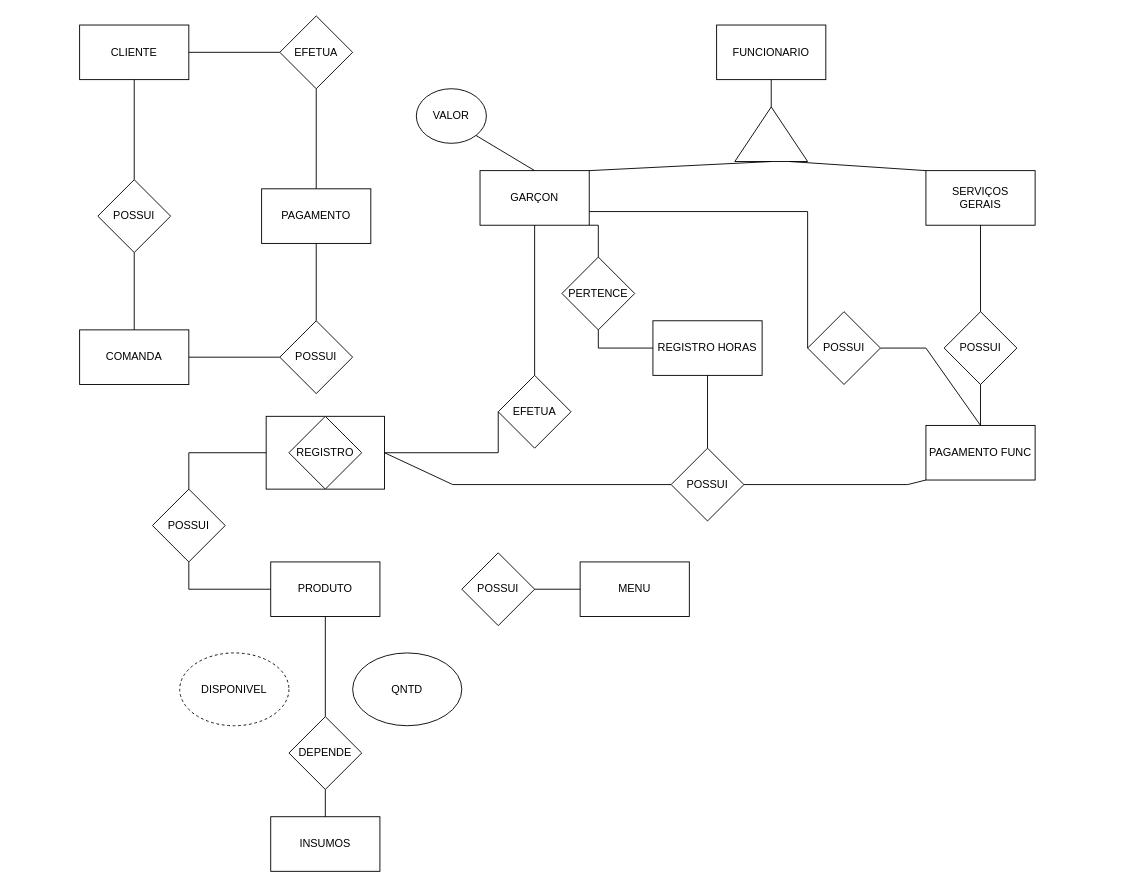
The draw.io diagram Diagrama Restaurante (2).drawio in yFells/Projetos-De-Faculdade, before the edit. Source tidied: cells renumbered, new cells numbered last; positions are measured from the earlier drawing's top-left corner, leaving out a move shared by most shapes. Both pictures are drawn from the tidied source at 91%, with x=0, y=0 at pixel (79, 15).
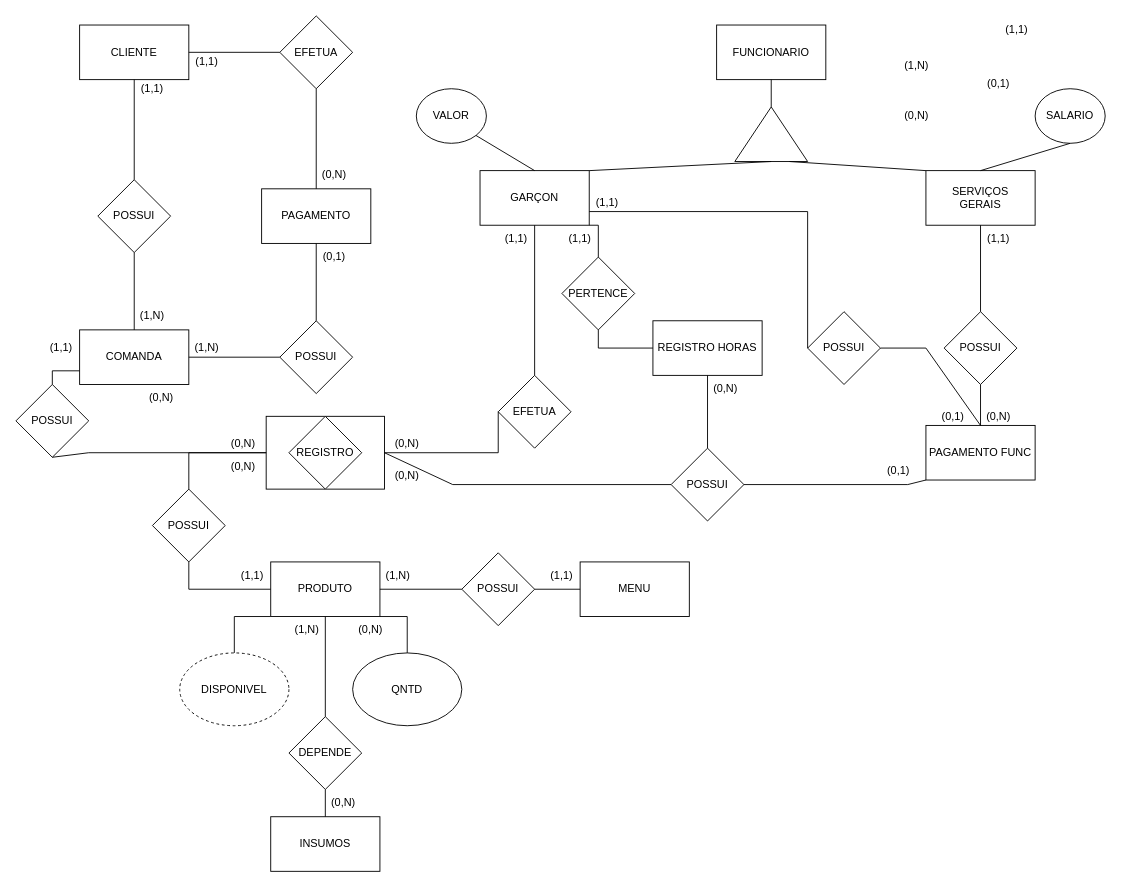
After the change.

Unchanged cells that the change refers to:
```xml
<mxCell id="5" value="COMANDA" style="rounded=0;whiteSpace=wrap;html=1;" parent="1" vertex="1">
  <mxGeometry y="345" width="120" height="60" as="geometry" />
</mxCell>
<mxCell id="11" value="SERVIÇOS&lt;br&gt;GERAIS" style="rounded=0;whiteSpace=wrap;html=1;" parent="1" vertex="1">
  <mxGeometry x="930" y="170" width="120" height="60" as="geometry" />
</mxCell>
<mxCell id="19" style="rounded=0;whiteSpace=wrap;html=1;" parent="1" vertex="1">
  <mxGeometry x="205" y="440" width="130" height="80" as="geometry" />
</mxCell>
<mxCell id="21" value="PRODUTO" style="rounded=0;whiteSpace=wrap;html=1;" parent="1" vertex="1">
  <mxGeometry x="210" y="600" width="120" height="60" as="geometry" />
</mxCell>
<mxCell id="22" value="POSSUI" style="rhombus;whiteSpace=wrap;html=1;" parent="1" vertex="1">
  <mxGeometry x="420" y="590" width="80" height="80" as="geometry" />
</mxCell>
<mxCell id="25" value="QNTD" style="ellipse;whiteSpace=wrap;html=1;" parent="1" vertex="1">
  <mxGeometry x="300" y="700" width="120" height="80" as="geometry" />
</mxCell>
```

The edit, as a diff of the source:
```diff
@@
+    <mxCell id="56" style="endArrow=none;html=1;rounded=0;exitX=0;exitY=1;exitDx=0;exitDy=0;" parent="1" edge="1" source="21">
+      <mxGeometry relative="1" as="geometry">
+        <mxPoint x="170" y="700" as="targetPoint" />
+        <Array as="points">
+          <mxPoint x="170" y="660" />
+        </Array>
+      </mxGeometry>
+    </mxCell>
+    <mxCell id="57" style="endArrow=none;html=1;rounded=0;exitX=0.667;exitY=0;exitDx=0;exitDy=0;entryX=0.5;entryY=0;entryDx=0;entryDy=0;exitPerimeter=0;" parent="1" edge="1" source="81" target="25">
+      <mxGeometry relative="1" as="geometry">
+        <Array as="points">
+          <mxPoint x="360" y="660" />
+        </Array>
+      </mxGeometry>
+    </mxCell>
+    <mxCell id="58" style="endArrow=none;html=1;rounded=0;exitX=1;exitY=0.5;exitDx=0;exitDy=0;" parent="1" edge="1" source="21" target="22">
+      <mxGeometry relative="1" as="geometry" />
+    </mxCell>
+    <mxCell id="59" value="SALARIO" style="ellipse;whiteSpace=wrap;html=1;" parent="1" vertex="1">
+      <mxGeometry x="1050" y="80" width="77" height="60" as="geometry" />
+    </mxCell>
+    <mxCell id="60" style="endArrow=none;html=1;rounded=0;entryX=0.5;entryY=1;entryDx=0;entryDy=0;exitX=0.5;exitY=0;exitDx=0;exitDy=0;" parent="1" edge="1" source="11" target="59">
+      <mxGeometry relative="1" as="geometry" />
+    </mxCell>
+    <mxCell id="61" value="(1,1)" style="text;html=1;strokeColor=none;fillColor=none;align=center;verticalAlign=middle;whiteSpace=wrap;rounded=0;" parent="1" vertex="1">
+      <mxGeometry x="1000" width="60" height="30" as="geometry" />
+    </mxCell>
+    <mxCell id="62" value="(0,1)" style="text;html=1;strokeColor=none;fillColor=none;align=center;verticalAlign=middle;whiteSpace=wrap;rounded=0;" parent="1" vertex="1">
+      <mxGeometry x="980" y="60" width="60" height="30" as="geometry" />
+    </mxCell>
+    <mxCell id="63" value="(1,N)" style="text;html=1;strokeColor=none;fillColor=none;align=center;verticalAlign=middle;whiteSpace=wrap;rounded=0;" parent="1" vertex="1">
+      <mxGeometry x="890" y="40" width="60" height="30" as="geometry" />
+    </mxCell>
+    <mxCell id="64" value="(0,N)" style="text;html=1;strokeColor=none;fillColor=none;align=center;verticalAlign=middle;whiteSpace=wrap;rounded=0;" parent="1" vertex="1">
+      <mxGeometry x="890" y="95" width="60" height="30" as="geometry" />
+    </mxCell>
+    <mxCell id="65" value="(1,1)" style="text;html=1;strokeColor=none;fillColor=none;align=center;verticalAlign=middle;whiteSpace=wrap;rounded=0;" parent="1" vertex="1">
+      <mxGeometry x="50" y="65" width="60" height="30" as="geometry" />
+    </mxCell>
+    <mxCell id="66" value="(1,N)" style="text;html=1;strokeColor=none;fillColor=none;align=center;verticalAlign=middle;whiteSpace=wrap;rounded=0;" parent="1" vertex="1">
+      <mxGeometry x="50" y="315" width="60" height="30" as="geometry" />
+    </mxCell>
+    <mxCell id="67" value="(1,N)" style="text;html=1;strokeColor=none;fillColor=none;align=center;verticalAlign=middle;whiteSpace=wrap;rounded=0;" parent="1" vertex="1">
+      <mxGeometry x="110" y="350" width="60" height="30" as="geometry" />
+    </mxCell>
+    <mxCell id="68" value="(1,1)" style="text;html=1;strokeColor=none;fillColor=none;align=center;verticalAlign=middle;whiteSpace=wrap;rounded=0;" parent="1" vertex="1">
+      <mxGeometry x="110" y="35" width="60" height="30" as="geometry" />
+    </mxCell>
+    <mxCell id="69" value="(0,N)" style="text;html=1;strokeColor=none;fillColor=none;align=center;verticalAlign=middle;whiteSpace=wrap;rounded=0;" parent="1" vertex="1">
+      <mxGeometry x="250" y="160" width="60" height="30" as="geometry" />
+    </mxCell>
+    <mxCell id="70" value="(0,1)" style="text;html=1;strokeColor=none;fillColor=none;align=center;verticalAlign=middle;whiteSpace=wrap;rounded=0;" parent="1" vertex="1">
+      <mxGeometry x="250" y="250" width="60" height="30" as="geometry" />
+    </mxCell>
+    <mxCell id="71" value="(0,N)" style="text;html=1;strokeColor=none;fillColor=none;align=center;verticalAlign=middle;whiteSpace=wrap;rounded=0;" parent="1" vertex="1">
+      <mxGeometry x="60" y="405" width="60" height="30" as="geometry" />
+    </mxCell>
+    <mxCell id="72" value="(1,1)" style="text;html=1;strokeColor=none;fillColor=none;align=center;verticalAlign=middle;whiteSpace=wrap;rounded=0;" parent="1" vertex="1">
+      <mxGeometry x="-50" y="350" width="60" height="30" as="geometry" />
+    </mxCell>
+    <mxCell id="73" value="POSSUI" style="rhombus;whiteSpace=wrap;html=1;" parent="1" vertex="1">
+      <mxGeometry x="-70" y="405" width="80" height="80" as="geometry" />
+    </mxCell>
+    <mxCell id="74" style="endArrow=none;html=1;rounded=0;exitX=0;exitY=0.75;exitDx=0;exitDy=0;entryX=0.5;entryY=0;entryDx=0;entryDy=0;" parent="1" edge="1" source="5" target="73">
+      <mxGeometry relative="1" as="geometry">
+        <Array as="points">
+          <mxPoint x="-30" y="390" />
+        </Array>
+      </mxGeometry>
+    </mxCell>
+    <mxCell id="75" style="endArrow=none;html=1;rounded=0;exitX=0.5;exitY=1;exitDx=0;exitDy=0;entryX=0;entryY=0.5;entryDx=0;entryDy=0;" parent="1" edge="1" source="73" target="19">
+      <mxGeometry relative="1" as="geometry">
+        <Array as="points">
+          <mxPoint x="10" y="480" />
+        </Array>
+      </mxGeometry>
+    </mxCell>
+    <mxCell id="76" value="(0,N)" style="text;html=1;strokeColor=none;fillColor=none;align=center;verticalAlign=middle;whiteSpace=wrap;rounded=0;" parent="1" vertex="1">
+      <mxGeometry x="150" y="455" width="60" height="30" as="geometry" />
+    </mxCell>
+    <mxCell id="77" value="(0,N)" style="text;html=1;strokeColor=none;fillColor=none;align=center;verticalAlign=middle;whiteSpace=wrap;rounded=0;" parent="1" vertex="1">
+      <mxGeometry x="150" y="480" width="60" height="30" as="geometry" />
+    </mxCell>
+    <mxCell id="78" value="(0,N)" style="text;html=1;strokeColor=none;fillColor=none;align=center;verticalAlign=middle;whiteSpace=wrap;rounded=0;" parent="1" vertex="1">
+      <mxGeometry x="330" y="455" width="60" height="30" as="geometry" />
+    </mxCell>
+    <mxCell id="79" value="(0,N)" style="text;html=1;strokeColor=none;fillColor=none;align=center;verticalAlign=middle;whiteSpace=wrap;rounded=0;" parent="1" vertex="1">
+      <mxGeometry x="330" y="490" width="60" height="30" as="geometry" />
+    </mxCell>
+    <mxCell id="80" value="(1,1)" style="text;html=1;strokeColor=none;fillColor=none;align=center;verticalAlign=middle;whiteSpace=wrap;rounded=0;" parent="1" vertex="1">
+      <mxGeometry x="160" y="600" width="60" height="30" as="geometry" />
+    </mxCell>
+    <mxCell id="81" value="(0,N)" style="text;html=1;strokeColor=none;fillColor=none;align=center;verticalAlign=middle;whiteSpace=wrap;rounded=0;" parent="1" vertex="1">
+      <mxGeometry x="290" y="660" width="60" height="30" as="geometry" />
+    </mxCell>
+    <mxCell id="82" value="(1,N)" style="text;html=1;strokeColor=none;fillColor=none;align=center;verticalAlign=middle;whiteSpace=wrap;rounded=0;" parent="1" vertex="1">
+      <mxGeometry x="220" y="660" width="60" height="30" as="geometry" />
+    </mxCell>
+    <mxCell id="83" value="(0,N)" style="text;html=1;strokeColor=none;fillColor=none;align=center;verticalAlign=middle;whiteSpace=wrap;rounded=0;" parent="1" vertex="1">
+      <mxGeometry x="260" y="850" width="60" height="30" as="geometry" />
+    </mxCell>
+    <mxCell id="84" value="(1,N)" style="text;html=1;strokeColor=none;fillColor=none;align=center;verticalAlign=middle;whiteSpace=wrap;rounded=0;" parent="1" vertex="1">
+      <mxGeometry x="320" y="600" width="60" height="30" as="geometry" />
+    </mxCell>
+    <mxCell id="85" value="(1,1)" style="text;html=1;strokeColor=none;fillColor=none;align=center;verticalAlign=middle;whiteSpace=wrap;rounded=0;" parent="1" vertex="1">
+      <mxGeometry x="500" y="600" width="60" height="30" as="geometry" />
+    </mxCell>
+    <mxCell id="86" value="(0,1)" style="text;html=1;strokeColor=none;fillColor=none;align=center;verticalAlign=middle;whiteSpace=wrap;rounded=0;" parent="1" vertex="1">
+      <mxGeometry x="870" y="485" width="60" height="30" as="geometry" />
+    </mxCell>
+    <mxCell id="87" value="(0,1)" style="text;html=1;strokeColor=none;fillColor=none;align=center;verticalAlign=middle;whiteSpace=wrap;rounded=0;" parent="1" vertex="1">
+      <mxGeometry x="930" y="425" width="60" height="30" as="geometry" />
+    </mxCell>
+    <mxCell id="88" value="(0,N)" style="text;html=1;strokeColor=none;fillColor=none;align=center;verticalAlign=middle;whiteSpace=wrap;rounded=0;" parent="1" vertex="1">
+      <mxGeometry x="980" y="425" width="60" height="30" as="geometry" />
+    </mxCell>
+    <mxCell id="89" value="(0,N)" style="text;html=1;strokeColor=none;fillColor=none;align=center;verticalAlign=middle;whiteSpace=wrap;rounded=0;" parent="1" vertex="1">
+      <mxGeometry x="680" y="395" width="60" height="30" as="geometry" />
+    </mxCell>
+    <mxCell id="90" value="(1,1)" style="text;html=1;strokeColor=none;fillColor=none;align=center;verticalAlign=middle;whiteSpace=wrap;rounded=0;" parent="1" vertex="1">
+      <mxGeometry x="980" y="230" width="60" height="30" as="geometry" />
+    </mxCell>
+    <mxCell id="91" value="(1,1)" style="text;html=1;strokeColor=none;fillColor=none;align=center;verticalAlign=middle;whiteSpace=wrap;rounded=0;" parent="1" vertex="1">
+      <mxGeometry x="550" y="190" width="60" height="30" as="geometry" />
+    </mxCell>
+    <mxCell id="92" value="(1,1)" style="text;html=1;strokeColor=none;fillColor=none;align=center;verticalAlign=middle;whiteSpace=wrap;rounded=0;" parent="1" vertex="1">
+      <mxGeometry x="520" y="230" width="60" height="30" as="geometry" />
+    </mxCell>
+    <mxCell id="93" value="(1,1)" style="text;html=1;strokeColor=none;fillColor=none;align=center;verticalAlign=middle;whiteSpace=wrap;rounded=0;" parent="1" vertex="1">
+      <mxGeometry x="450" y="230" width="60" height="30" as="geometry" />
+    </mxCell>
```
